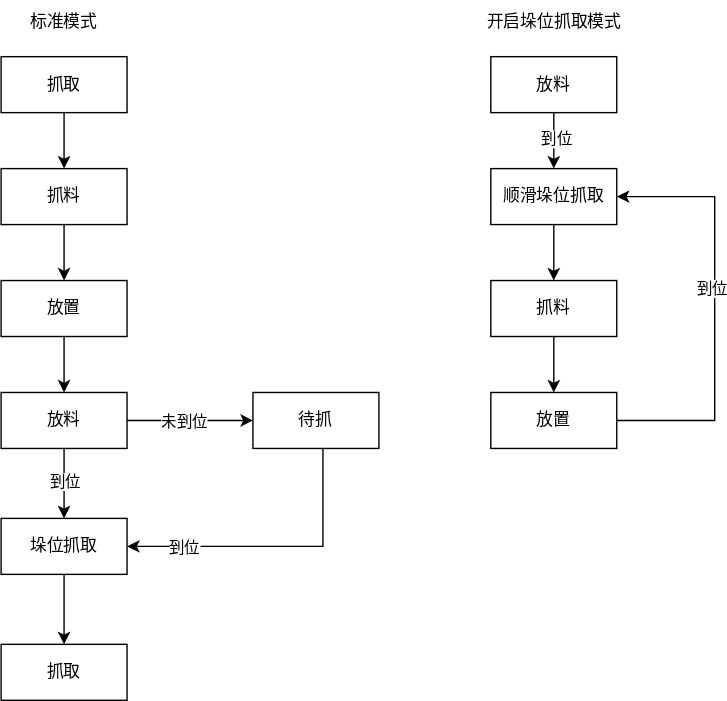
Earlier version of the draw.io export drawio/易码流程图.svg (Stolorzs/Picgo). Source tidied: cells renumbered, new cells last; positions are measured from the earlier drawing's top-left corner, leaving out a move shared by most shapes.
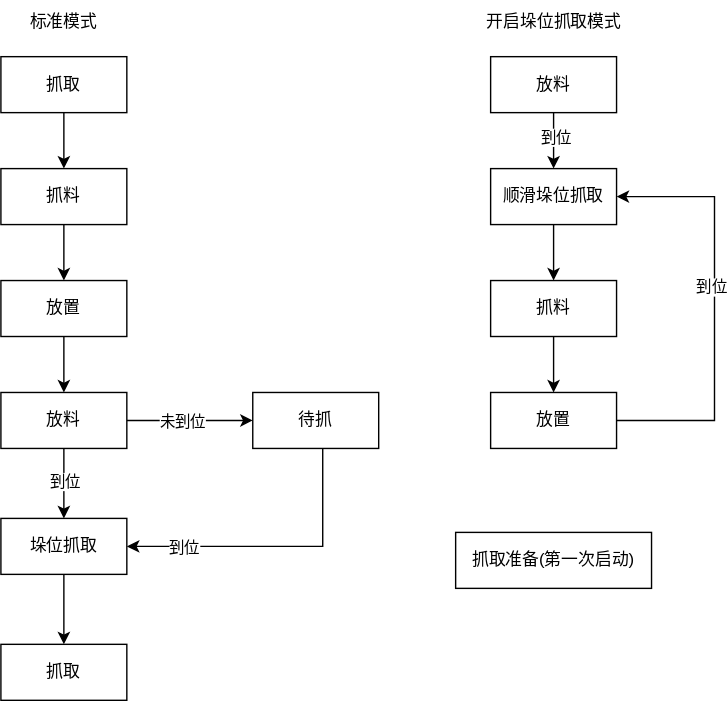
After the change.

Commit message:
更新易码流程图.svg

The edit, as a diff of the source:
```diff
@@ -104,5 +104,8 @@
     <mxCell id="30" value="开启垛位抓取模式" style="text;html=1;align=center;verticalAlign=middle;whiteSpace=wrap;rounded=0;" parent="1" vertex="1">
       <mxGeometry x="342.5" width="105" height="30" as="geometry" />
     </mxCell>
+    <mxCell id="31" value="抓取准备(第一次启动)" style="rounded=0;whiteSpace=wrap;html=1;" parent="1" vertex="1">
+      <mxGeometry x="325" y="380" width="140" height="40" as="geometry" />
+    </mxCell>
   </root>
 </mxGraphModel>
```
